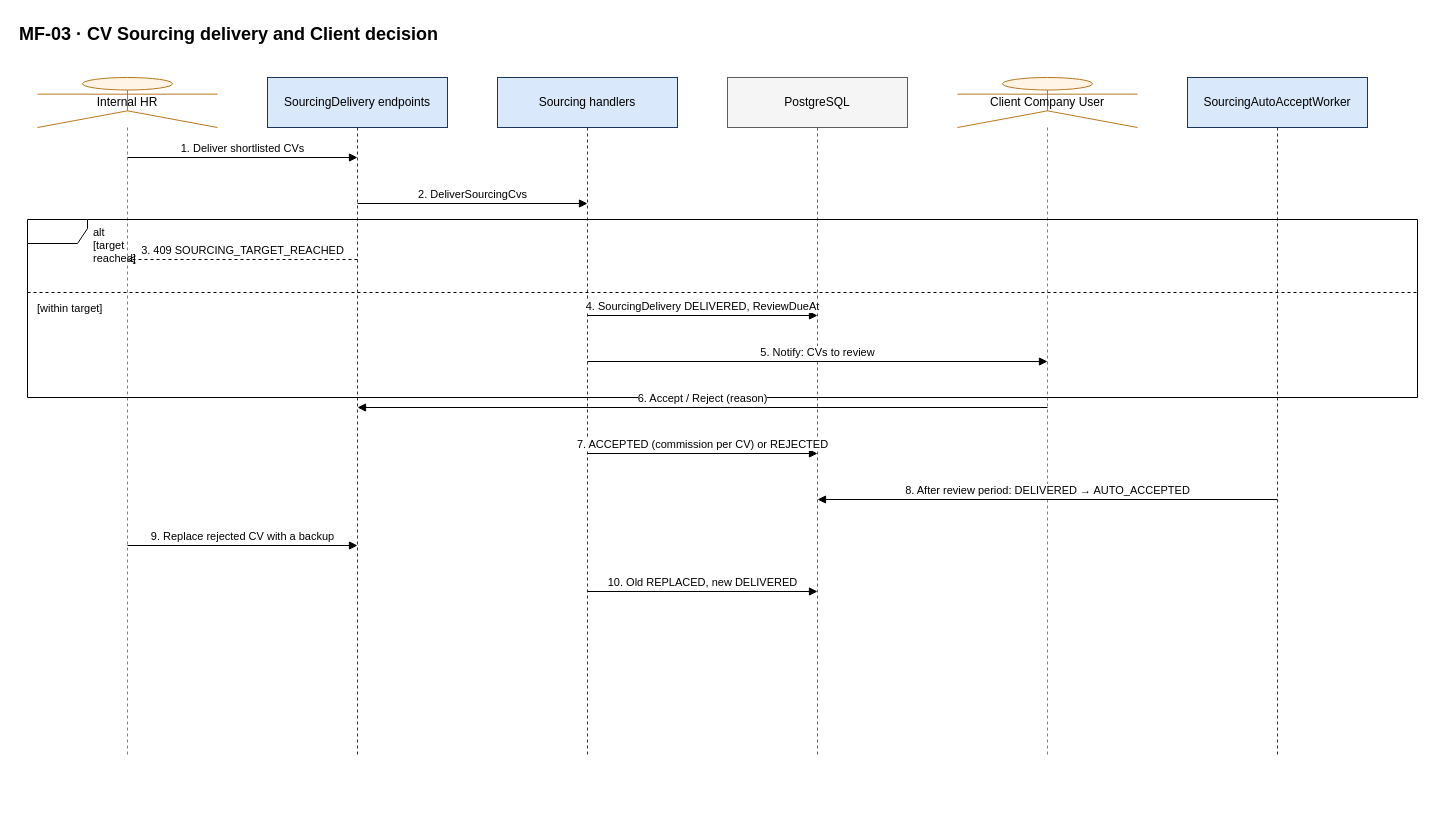
Above: docs/diagrams/sequences/source/seq-mf03-sourcing-delivery.drawio in hoangqui794/hr-connect (draw.io), before the change. Source tidied: cells renumbered, new cells numbered last; positions are measured from the earlier drawing's top-left corner, leaving out a move shared by most shapes. Both pictures are drawn from the tidied source at 100%, with x=0, y=0 at pixel (17, 17).
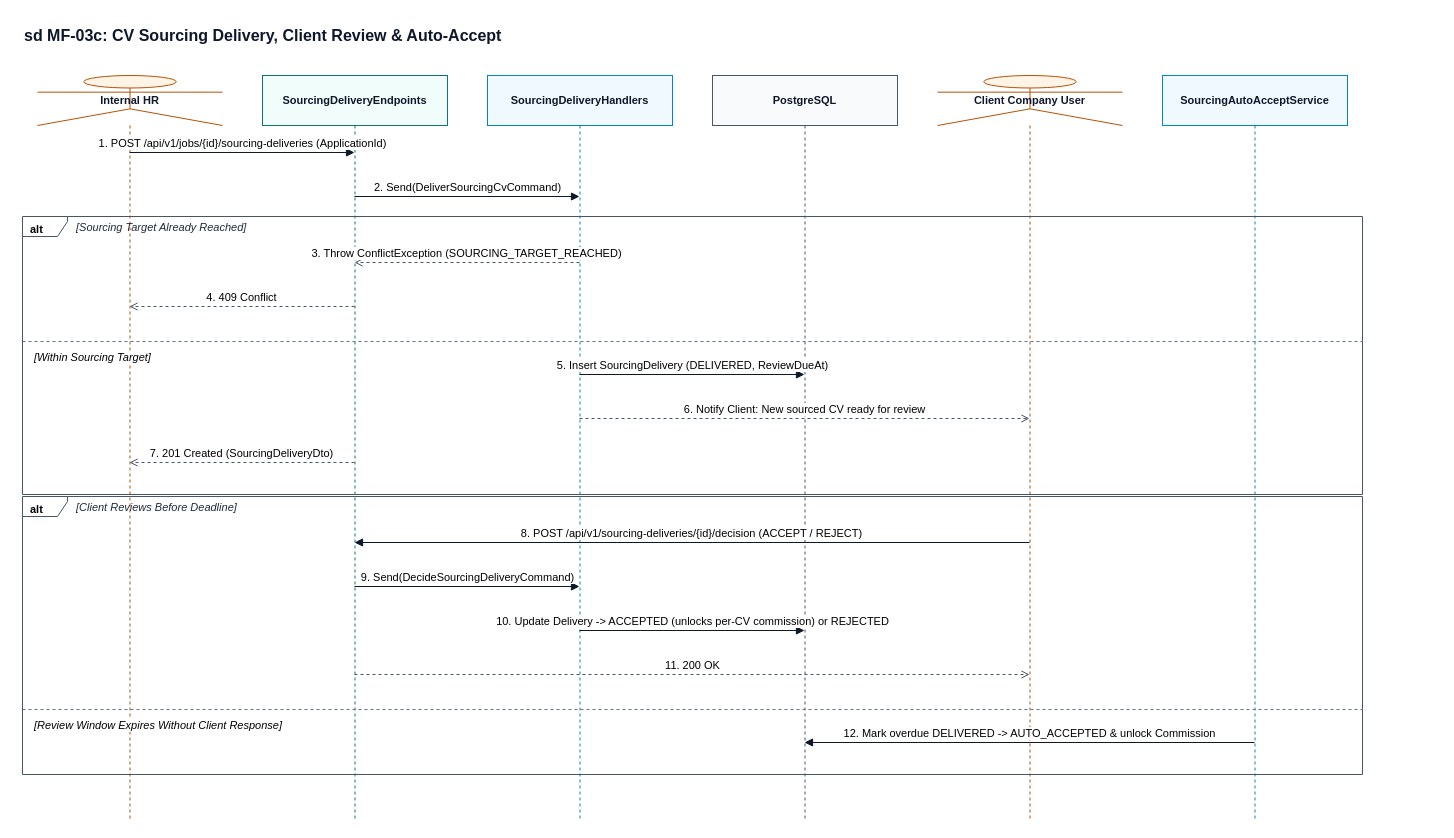
Above is the later version.

The edit, as a diff of the source:
```diff
@@
-    <mxCell id="2" value="MF-03 · CV Sourcing delivery and Client decision" style="text;html=1;fontSize=18;fontStyle=1;align=left;" parent="1" vertex="1">
-      <mxGeometry width="1420" height="30" as="geometry" />
+    <mxCell id="2" value="sd MF-03c: CV Sourcing Delivery, Client Review &amp; Auto-Accept" style="text;html=1;fontSize=16;fontStyle=1;align=left;fontFamily=Helvetica;fontColor=#0F172A;" parent="1" vertex="1">
+      <mxGeometry x="5" y="2" width="1350" height="28" as="geometry" />
     </mxCell>
-    <mxCell id="3" value="Internal HR" style="shape=umlLifeline;participant=umlActor;perimeter=lifelinePerimeter;whiteSpace=wrap;html=1;size=50;fillColor=#FFF4E5;strokeColor=#B7791F;" parent="1" vertex="1">
-      <mxGeometry x="20" y="60" width="180" height="678" as="geometry" />
+    <mxCell id="3" value="Internal HR" style="shape=umlLifeline;participant=umlActor;perimeter=lifelinePerimeter;whiteSpace=wrap;html=1;size=50;fillColor=#FFF4E5;strokeColor=#B45309;fontStyle=1;fontSize=11;fontFamily=Helvetica;fontColor=#0F172A;" parent="1" vertex="1">
+      <mxGeometry x="20" y="58" width="185" height="745" as="geometry" />
     </mxCell>
-    <mxCell id="4" value="SourcingDelivery endpoints" style="shape=umlLifeline;perimeter=lifelinePerimeter;whiteSpace=wrap;html=1;size=50;fillColor=#DAE8FC;strokeColor=#1B365D;" parent="1" vertex="1">
-      <mxGeometry x="250" y="60" width="180" height="678" as="geometry" />
+    <mxCell id="4" value="SourcingDeliveryEndpoints" style="shape=umlLifeline;perimeter=lifelinePerimeter;whiteSpace=wrap;html=1;size=50;fillColor=#F0FDFA;strokeColor=#0F766E;fontStyle=1;fontSize=11;fontFamily=Helvetica;fontColor=#0F172A;" parent="1" vertex="1">
+      <mxGeometry x="245" y="58" width="185" height="745" as="geometry" />
     </mxCell>
-    <mxCell id="5" value="Sourcing handlers" style="shape=umlLifeline;perimeter=lifelinePerimeter;whiteSpace=wrap;html=1;size=50;fillColor=#DAE8FC;strokeColor=#1B365D;" parent="1" vertex="1">
-      <mxGeometry x="480" y="60" width="180" height="678" as="geometry" />
+    <mxCell id="5" value="SourcingDeliveryHandlers" style="shape=umlLifeline;perimeter=lifelinePerimeter;whiteSpace=wrap;html=1;size=50;fillColor=#F0F9FF;strokeColor=#0284C7;fontStyle=1;fontSize=11;fontFamily=Helvetica;fontColor=#0F172A;" parent="1" vertex="1">
+      <mxGeometry x="470" y="58" width="185" height="745" as="geometry" />
     </mxCell>
-    <mxCell id="6" value="PostgreSQL" style="shape=umlLifeline;perimeter=lifelinePerimeter;whiteSpace=wrap;html=1;size=50;fillColor=#F5F5F5;strokeColor=#5F5E5A;" parent="1" vertex="1">
-      <mxGeometry x="710" y="60" width="180" height="678" as="geometry" />
+    <mxCell id="6" value="PostgreSQL" style="shape=umlLifeline;perimeter=lifelinePerimeter;whiteSpace=wrap;html=1;size=50;fillColor=#F8FAFC;strokeColor=#475569;fontStyle=1;fontSize=11;fontFamily=Helvetica;fontColor=#0F172A;" parent="1" vertex="1">
+      <mxGeometry x="695" y="58" width="185" height="745" as="geometry" />
     </mxCell>
-    <mxCell id="7" value="Client Company User" style="shape=umlLifeline;participant=umlActor;perimeter=lifelinePerimeter;whiteSpace=wrap;html=1;size=50;fillColor=#FFF4E5;strokeColor=#B7791F;" parent="1" vertex="1">
-      <mxGeometry x="940" y="60" width="180" height="678" as="geometry" />
+    <mxCell id="7" value="Client Company User" style="shape=umlLifeline;participant=umlActor;perimeter=lifelinePerimeter;whiteSpace=wrap;html=1;size=50;fillColor=#FFF4E5;strokeColor=#B45309;fontStyle=1;fontSize=11;fontFamily=Helvetica;fontColor=#0F172A;" parent="1" vertex="1">
+      <mxGeometry x="920" y="58" width="185" height="745" as="geometry" />
     </mxCell>
-    <mxCell id="8" value="SourcingAutoAcceptWorker" style="shape=umlLifeline;perimeter=lifelinePerimeter;whiteSpace=wrap;html=1;size=50;fillColor=#DAE8FC;strokeColor=#1B365D;" parent="1" vertex="1">
-      <mxGeometry x="1170" y="60" width="180" height="678" as="geometry" />
+    <mxCell id="8" value="SourcingAutoAcceptService" style="shape=umlLifeline;perimeter=lifelinePerimeter;whiteSpace=wrap;html=1;size=50;fillColor=#F0F9FF;strokeColor=#0284C7;fontStyle=1;fontSize=11;fontFamily=Helvetica;fontColor=#0F172A;" parent="1" vertex="1">
+      <mxGeometry x="1145" y="58" width="185" height="745" as="geometry" />
     </mxCell>
-    <mxCell id="9" value="1. Deliver shortlisted CVs" style="html=1;verticalAlign=bottom;endArrow=block;endFill=1;fontSize=11;labelBackgroundColor=#FFFFFF;" parent="1" edge="1">
-      <mxGeometry relative="1" as="geometry">
-        <mxPoint x="110" y="140" as="sourcePoint" />
-        <mxPoint x="340" y="140" as="targetPoint" />
-      </mxGeometry>
-    </mxCell>
-    <mxCell id="10" value="2. DeliverSourcingCvs" style="html=1;verticalAlign=bottom;endArrow=block;endFill=1;fontSize=11;labelBackgroundColor=#FFFFFF;" parent="1" edge="1">
-      <mxGeometry relative="1" as="geometry">
-        <mxPoint x="340" y="186" as="sourcePoint" />
-        <mxPoint x="570" y="186" as="targetPoint" />
-      </mxGeometry>
-    </mxCell>
-    <mxCell id="11" value="3. 409 SOURCING_TARGET_REACHED" style="html=1;verticalAlign=bottom;dashed=1;endArrow=open;fontSize=11;labelBackgroundColor=#FFFFFF;" parent="1" edge="1">
-      <mxGeometry relative="1" as="geometry">
-        <mxPoint x="340" y="242" as="sourcePoint" />
-        <mxPoint x="110" y="242" as="targetPoint" />
-      </mxGeometry>
-    </mxCell>
-    <mxCell id="12" value="4. SourcingDelivery DELIVERED, ReviewDueAt" style="html=1;verticalAlign=bottom;endArrow=block;endFill=1;fontSize=11;labelBackgroundColor=#FFFFFF;" parent="1" edge="1">
-      <mxGeometry relative="1" as="geometry">
-        <mxPoint x="570" y="298" as="sourcePoint" />
-        <mxPoint x="800" y="298" as="targetPoint" />
-      </mxGeometry>
-    </mxCell>
-    <mxCell id="13" value="5. Notify: CVs to review" style="html=1;verticalAlign=bottom;endArrow=block;endFill=1;fontSize=11;labelBackgroundColor=#FFFFFF;" parent="1" edge="1">
-      <mxGeometry relative="1" as="geometry">
-        <mxPoint x="570" y="344" as="sourcePoint" />
-        <mxPoint x="1030" y="344" as="targetPoint" />
-      </mxGeometry>
-    </mxCell>
-    <mxCell id="14" value="alt [target reached]" style="shape=umlFrame;whiteSpace=wrap;html=1;width=60;height=24;boundedLbl=1;verticalAlign=top;align=left;spacingLeft=64;fontSize=11;fillColor=none;" parent="1" vertex="1">
-      <mxGeometry x="10" y="202" width="1390" height="178" as="geometry" />
-    </mxCell>
-    <mxCell id="15" value="[within target]" style="line;strokeWidth=1;dashed=1;html=1;align=left;verticalAlign=top;spacingLeft=8;labelPosition=center;fontSize=11;fillColor=none;" parent="1" vertex="1">
-      <mxGeometry x="10" y="270" width="1390" height="10" as="geometry" />
-    </mxCell>
-    <mxCell id="16" value="6. Accept / Reject (reason)" style="html=1;verticalAlign=bottom;endArrow=block;endFill=1;fontSize=11;labelBackgroundColor=#FFFFFF;" parent="1" edge="1">
-      <mxGeometry relative="1" as="geometry">
-        <mxPoint x="1030" y="390" as="sourcePoint" />
-        <mxPoint x="340" y="390" as="targetPoint" />
-      </mxGeometry>
-    </mxCell>
-    <mxCell id="17" value="7. ACCEPTED (commission per CV) or REJECTED" style="html=1;verticalAlign=bottom;endArrow=block;endFill=1;fontSize=11;labelBackgroundColor=#FFFFFF;" parent="1" edge="1">
-      <mxGeometry relative="1" as="geometry">
-        <mxPoint x="570" y="436" as="sourcePoint" />
-        <mxPoint x="800" y="436" as="targetPoint" />
-      </mxGeometry>
-    </mxCell>
-    <mxCell id="18" value="8. After review period: DELIVERED → AUTO_ACCEPTED" style="html=1;verticalAlign=bottom;endArrow=block;endFill=1;fontSize=11;labelBackgroundColor=#FFFFFF;" parent="1" edge="1">
-      <mxGeometry relative="1" as="geometry">
-        <mxPoint x="1260" y="482" as="sourcePoint" />
-        <mxPoint x="800" y="482" as="targetPoint" />
-      </mxGeometry>
-    </mxCell>
-    <mxCell id="19" value="9. Replace rejected CV with a backup" style="html=1;verticalAlign=bottom;endArrow=block;endFill=1;fontSize=11;labelBackgroundColor=#FFFFFF;" parent="1" edge="1">
-      <mxGeometry relative="1" as="geometry">
-        <mxPoint x="110" y="528" as="sourcePoint" />
-        <mxPoint x="340" y="528" as="targetPoint" />
-      </mxGeometry>
-    </mxCell>
-    <mxCell id="20" value="10. Old REPLACED, new DELIVERED" style="html=1;verticalAlign=bottom;endArrow=block;endFill=1;fontSize=11;labelBackgroundColor=#FFFFFF;" parent="1" edge="1">
-      <mxGeometry relative="1" as="geometry">
-        <mxPoint x="570" y="574" as="sourcePoint" />
-        <mxPoint x="800" y="574" as="targetPoint" />
-      </mxGeometry>
-    </mxCell>
+    <mxCell id="21" value="alt" style="shape=umlFrame;whiteSpace=wrap;html=1;width=45;height=20;boundedLbl=1;verticalAlign=top;align=left;spacingLeft=6;fontStyle=1;fontSize=11;fontFamily=Helvetica;fillColor=none;strokeColor=#475569;" parent="1" vertex="1">
+      <mxGeometry x="5" y="199" width="1340" height="278" as="geometry" />
+    </mxCell>
+    <mxCell id="22" value="[Sourcing Target Already Reached]" style="text;html=1;align=left;verticalAlign=middle;fontStyle=2;fontSize=11;fontFamily=Helvetica;fontColor=#1E293B;" parent="1" vertex="1">
+      <mxGeometry x="57" y="200" width="450" height="20" as="geometry" />
+    </mxCell>
+    <mxCell id="23" value="[Within Sourcing Target]" style="line;strokeWidth=1;dashed=1;html=1;align=left;verticalAlign=top;spacingLeft=10;labelPosition=center;fontStyle=2;fontSize=11;fontFamily=Helvetica;fillColor=none;strokeColor=#64748B;labelBackgroundColor=#FFFFFF;" parent="1" vertex="1">
+      <mxGeometry x="5" y="319" width="1340" height="10" as="geometry" />
+    </mxCell>
+    <mxCell id="24" value="alt" style="shape=umlFrame;whiteSpace=wrap;html=1;width=45;height=20;boundedLbl=1;verticalAlign=top;align=left;spacingLeft=6;fontStyle=1;fontSize=11;fontFamily=Helvetica;fillColor=none;strokeColor=#475569;" parent="1" vertex="1">
+      <mxGeometry x="5" y="479" width="1340" height="278" as="geometry" />
+    </mxCell>
+    <mxCell id="25" value="[Client Reviews Before Deadline]" style="text;html=1;align=left;verticalAlign=middle;fontStyle=2;fontSize=11;fontFamily=Helvetica;fontColor=#1E293B;" parent="1" vertex="1">
+      <mxGeometry x="57" y="480" width="450" height="20" as="geometry" />
+    </mxCell>
+    <mxCell id="26" value="[Review Window Expires Without Client Response]" style="line;strokeWidth=1;dashed=1;html=1;align=left;verticalAlign=top;spacingLeft=10;labelPosition=center;fontStyle=2;fontSize=11;fontFamily=Helvetica;fillColor=none;strokeColor=#64748B;labelBackgroundColor=#FFFFFF;" parent="1" vertex="1">
+      <mxGeometry x="5" y="687" width="1340" height="10" as="geometry" />
+    </mxCell>
+    <mxCell id="27" value="1. POST /api/v1/jobs/{id}/sourcing-deliveries (ApplicationId)" style="html=1;verticalAlign=bottom;endArrow=block;endFill=1;strokeColor=#0F172A;fontSize=11;fontFamily=Helvetica;labelBackgroundColor=#FFFFFF;" parent="1" edge="1">
+      <mxGeometry relative="1" as="geometry">
+        <mxPoint x="112" y="135" as="sourcePoint" />
+        <mxPoint x="337" y="135" as="targetPoint" />
+      </mxGeometry>
+    </mxCell>
+    <mxCell id="28" value="2. Send(DeliverSourcingCvCommand)" style="html=1;verticalAlign=bottom;endArrow=block;endFill=1;strokeColor=#0F172A;fontSize=11;fontFamily=Helvetica;labelBackgroundColor=#FFFFFF;" parent="1" edge="1">
+      <mxGeometry relative="1" as="geometry">
+        <mxPoint x="337" y="179" as="sourcePoint" />
+        <mxPoint x="562" y="179" as="targetPoint" />
+      </mxGeometry>
+    </mxCell>
+    <mxCell id="29" value="3. Throw ConflictException (SOURCING_TARGET_REACHED)" style="html=1;verticalAlign=bottom;dashed=1;endArrow=open;endFill=0;strokeColor=#475569;fontSize=11;fontFamily=Helvetica;labelBackgroundColor=#FFFFFF;" parent="1" edge="1">
+      <mxGeometry relative="1" as="geometry">
+        <mxPoint x="562" y="245" as="sourcePoint" />
+        <mxPoint x="337" y="245" as="targetPoint" />
+      </mxGeometry>
+    </mxCell>
+    <mxCell id="30" value="4. 409 Conflict" style="html=1;verticalAlign=bottom;dashed=1;endArrow=open;endFill=0;strokeColor=#475569;fontSize=11;fontFamily=Helvetica;labelBackgroundColor=#FFFFFF;" parent="1" edge="1">
+      <mxGeometry relative="1" as="geometry">
+        <mxPoint x="337" y="289" as="sourcePoint" />
+        <mxPoint x="112" y="289" as="targetPoint" />
+      </mxGeometry>
+    </mxCell>
+    <mxCell id="31" value="5. Insert SourcingDelivery (DELIVERED, ReviewDueAt)" style="html=1;verticalAlign=bottom;endArrow=block;endFill=1;strokeColor=#0F172A;fontSize=11;fontFamily=Helvetica;labelBackgroundColor=#FFFFFF;" parent="1" edge="1">
+      <mxGeometry relative="1" as="geometry">
+        <mxPoint x="562" y="357" as="sourcePoint" />
+        <mxPoint x="787" y="357" as="targetPoint" />
+      </mxGeometry>
+    </mxCell>
+    <mxCell id="32" value="6. Notify Client: New sourced CV ready for review" style="html=1;verticalAlign=bottom;dashed=1;endArrow=open;endFill=0;strokeColor=#475569;fontSize=11;fontFamily=Helvetica;labelBackgroundColor=#FFFFFF;" parent="1" edge="1">
+      <mxGeometry relative="1" as="geometry">
+        <mxPoint x="562" y="401" as="sourcePoint" />
+        <mxPoint x="1012" y="401" as="targetPoint" />
+      </mxGeometry>
+    </mxCell>
+    <mxCell id="33" value="7. 201 Created (SourcingDeliveryDto)" style="html=1;verticalAlign=bottom;dashed=1;endArrow=open;endFill=0;strokeColor=#475569;fontSize=11;fontFamily=Helvetica;labelBackgroundColor=#FFFFFF;" parent="1" edge="1">
+      <mxGeometry relative="1" as="geometry">
+        <mxPoint x="337" y="445" as="sourcePoint" />
+        <mxPoint x="112" y="445" as="targetPoint" />
+      </mxGeometry>
+    </mxCell>
+    <mxCell id="34" value="8. POST /api/v1/sourcing-deliveries/{id}/decision (ACCEPT / REJECT)" style="html=1;verticalAlign=bottom;endArrow=block;endFill=1;strokeColor=#0F172A;fontSize=11;fontFamily=Helvetica;labelBackgroundColor=#FFFFFF;" parent="1" edge="1">
+      <mxGeometry relative="1" as="geometry">
+        <mxPoint x="1012" y="525" as="sourcePoint" />
+        <mxPoint x="337" y="525" as="targetPoint" />
+      </mxGeometry>
+    </mxCell>
+    <mxCell id="35" value="9. Send(DecideSourcingDeliveryCommand)" style="html=1;verticalAlign=bottom;endArrow=block;endFill=1;strokeColor=#0F172A;fontSize=11;fontFamily=Helvetica;labelBackgroundColor=#FFFFFF;" parent="1" edge="1">
+      <mxGeometry relative="1" as="geometry">
+        <mxPoint x="337" y="569" as="sourcePoint" />
+        <mxPoint x="562" y="569" as="targetPoint" />
+      </mxGeometry>
+    </mxCell>
+    <mxCell id="36" value="10. Update Delivery -&gt; ACCEPTED (unlocks per-CV commission) or REJECTED" style="html=1;verticalAlign=bottom;endArrow=block;endFill=1;strokeColor=#0F172A;fontSize=11;fontFamily=Helvetica;labelBackgroundColor=#FFFFFF;" parent="1" edge="1">
+      <mxGeometry relative="1" as="geometry">
+        <mxPoint x="562" y="613" as="sourcePoint" />
+        <mxPoint x="787" y="613" as="targetPoint" />
+      </mxGeometry>
+    </mxCell>
+    <mxCell id="37" value="11. 200 OK" style="html=1;verticalAlign=bottom;dashed=1;endArrow=open;endFill=0;strokeColor=#475569;fontSize=11;fontFamily=Helvetica;labelBackgroundColor=#FFFFFF;" parent="1" edge="1">
+      <mxGeometry relative="1" as="geometry">
+        <mxPoint x="337" y="657" as="sourcePoint" />
+        <mxPoint x="1012" y="657" as="targetPoint" />
+      </mxGeometry>
+    </mxCell>
+    <mxCell id="38" value="12. Mark overdue DELIVERED -&gt; AUTO_ACCEPTED &amp; unlock Commission" style="html=1;verticalAlign=bottom;endArrow=block;endFill=1;strokeColor=#0F172A;fontSize=11;fontFamily=Helvetica;labelBackgroundColor=#FFFFFF;" parent="1" edge="1">
+      <mxGeometry relative="1" as="geometry">
+        <mxPoint x="1237" y="725" as="sourcePoint" />
+        <mxPoint x="787" y="725" as="targetPoint" />
+      </mxGeometry>
+    </mxCell>
```
